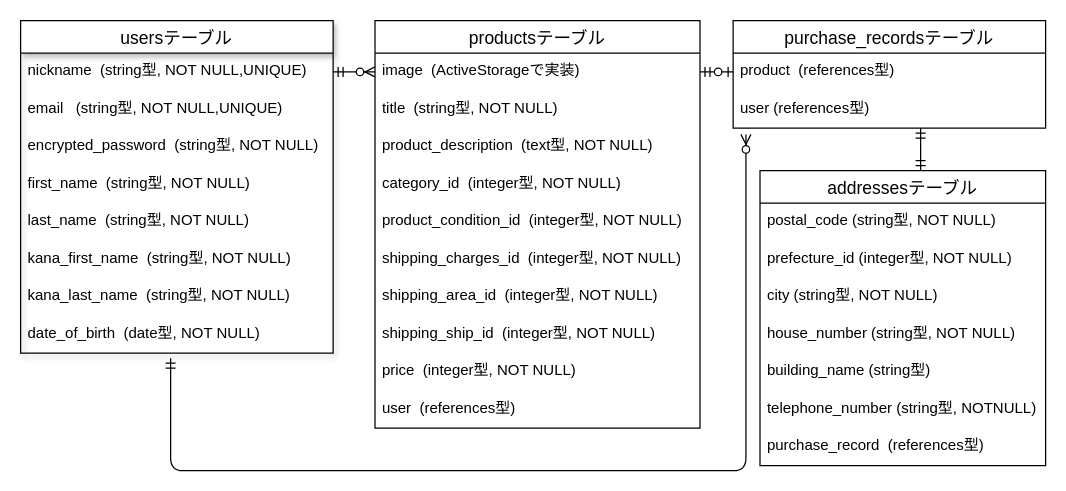
hana-0612/furima-36029 keeps this draw.io diagram as page "ページ1" (1 of 2) of furima_ER.dio. Above is the earlier version. Source tidied: cells renumbered, new cells numbered last; positions are measured from the earlier drawing's top-left corner, leaving out a move shared by most shapes. Both pictures are drawn from the tidied source at 125%, with x=0, y=0 at pixel (20, 20).
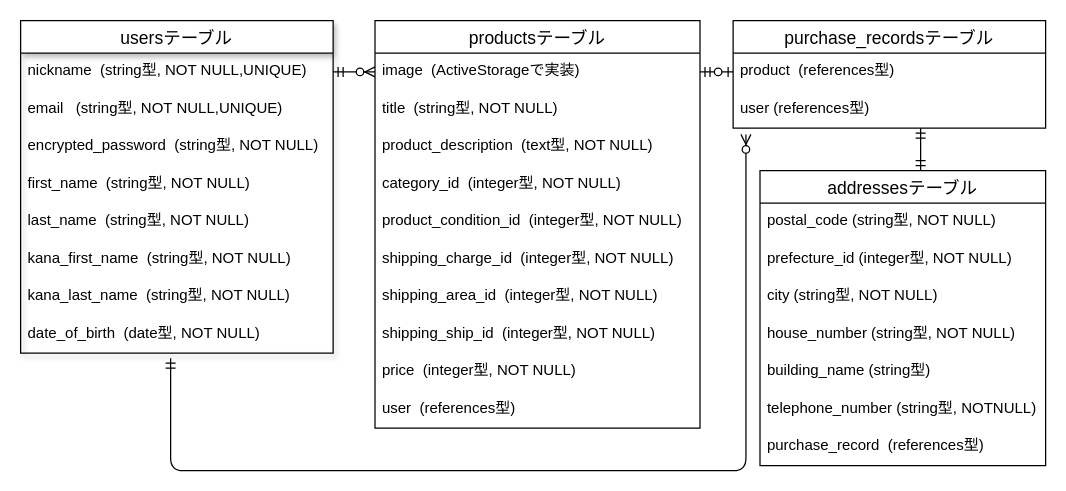
Above is the later version.

Commit message (it also covers changes not shown here):
データベース設計修正３

nicknameの一意性削除、date_of_birthのoption、shipping_charge_id へ名称の変更

The change refers to these unchanged cells:
```xml
<mxCell id="11" value="productsテーブル" style="swimlane;fontStyle=0;horizontal=1;startSize=26;align=center;fontSize=14;fillColor=none;gradientColor=none;" parent="1" vertex="1">
  <mxGeometry x="283.5" width="260" height="326" as="geometry" />
</mxCell>
```

What changed in the source:
```diff
@@
-    <mxCell id="17" value="shipping_charges_id  (integer型, NOT NULL)" style="text;strokeColor=none;fillColor=none;spacingLeft=4;spacingRight=4;overflow=hidden;fontSize=12;" parent="11" vertex="1">
+    <mxCell id="17" value="shipping_charge_id  (integer型, NOT NULL)" style="text;strokeColor=none;fillColor=none;spacingLeft=4;spacingRight=4;overflow=hidden;fontSize=12;" parent="11" vertex="1">
       <mxGeometry y="176" width="260" height="30" as="geometry" />
     </mxCell>
```
